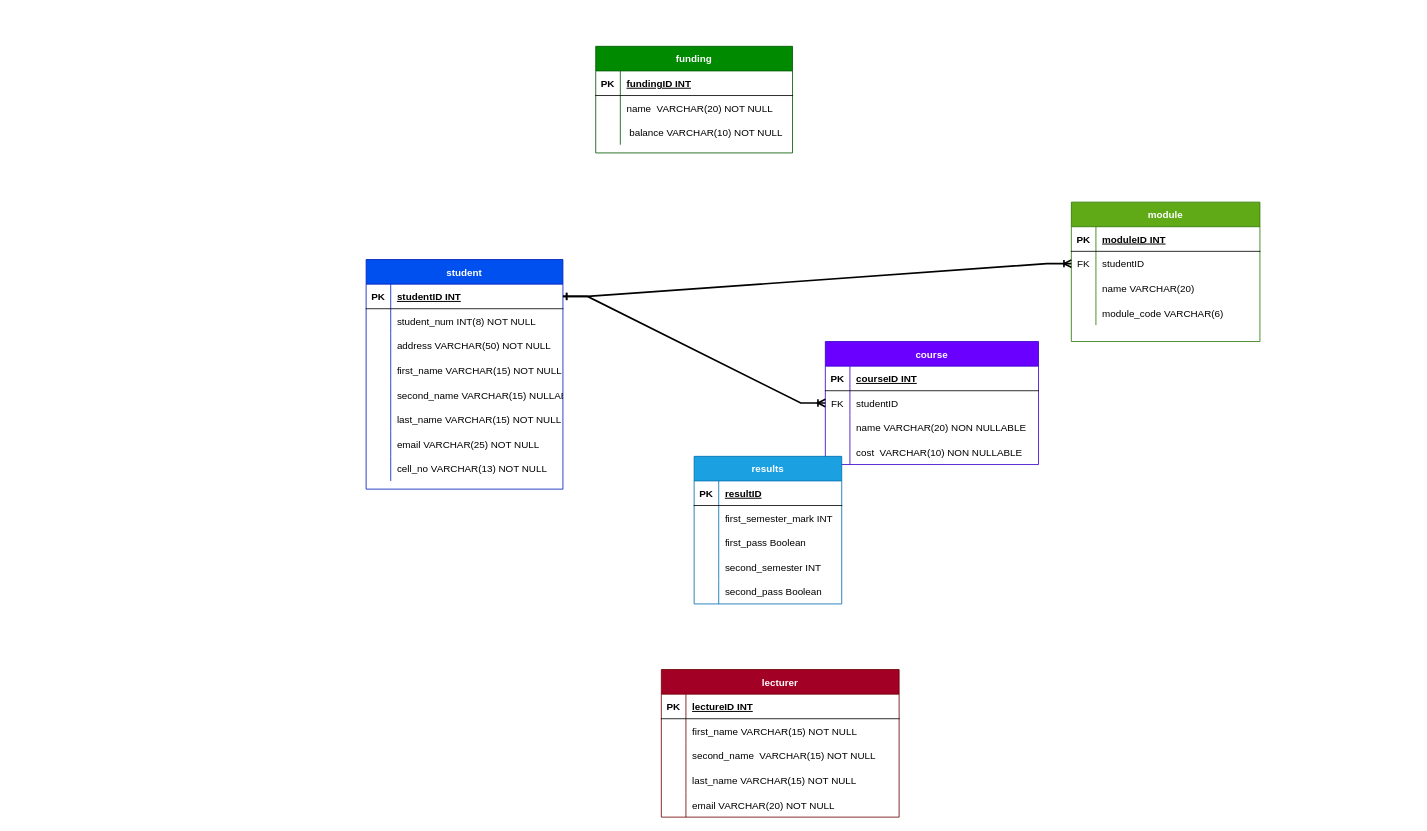
This is StudentPortalERD.drawio from Prince010924/SpringStudentPortal, a draw.io file, before an edit. Source tidied: cells renumbered, new cells numbered last; positions are measured from the earlier drawing's top-left corner, leaving out a move shared by most shapes. Both pictures are drawn from the tidied source at 82%, with x=0, y=0 at pixel (366, 46).
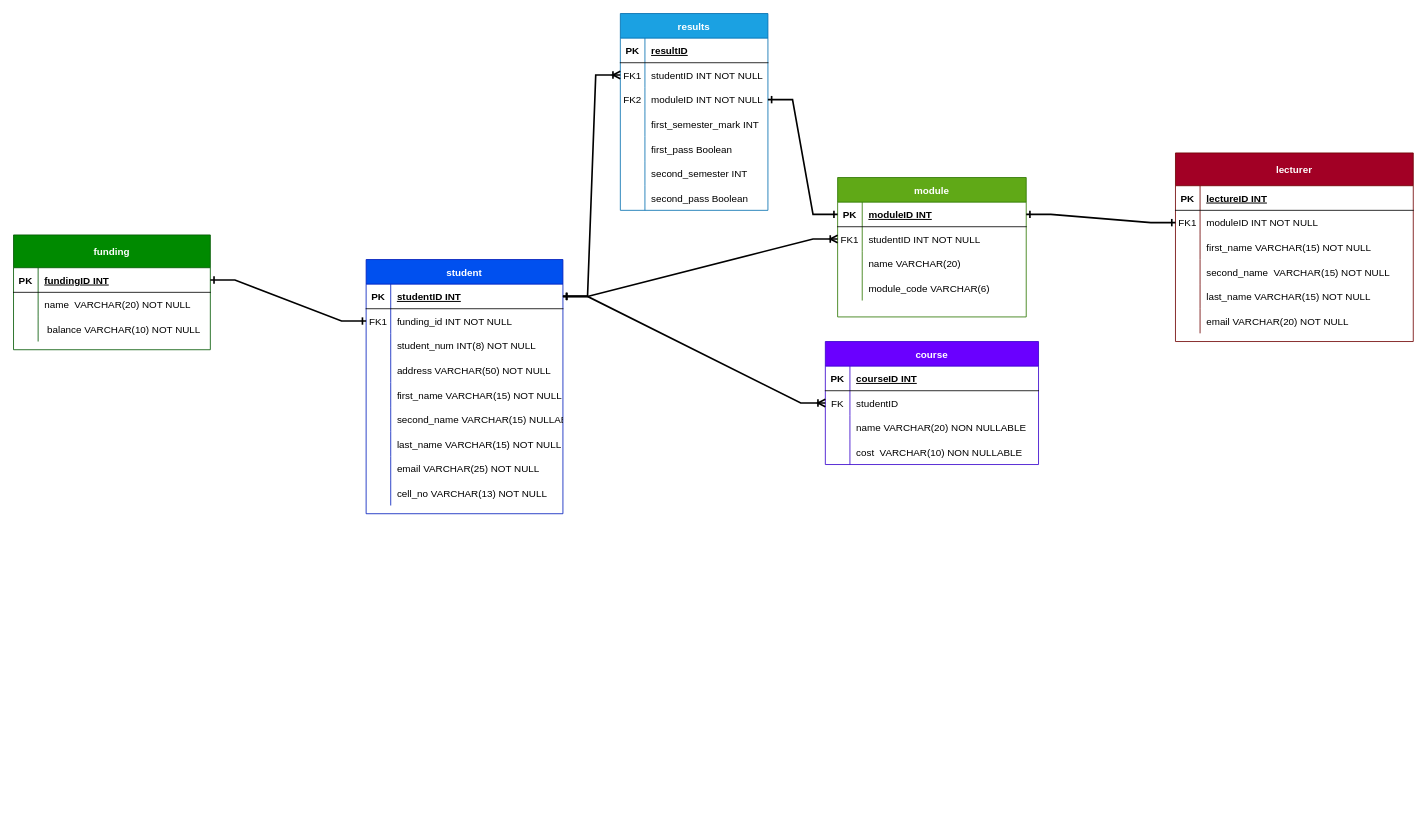
After the change.

The change refers to these unchanged cells:
```xml
<mxCell id="3" style="shape=tableRow;horizontal=0;startSize=0;swimlaneHead=0;swimlaneBody=0;fillColor=none;points=[[0,0.5],[1,0.5]];portConstraint=eastwest;top=0;left=0;right=0;bottom=1;" parent="2" vertex="1">
  <mxGeometry y="30" width="240" height="30" as="geometry" />
</mxCell>
<mxCell id="28" style="shape=tableRow;horizontal=0;startSize=0;swimlaneHead=0;swimlaneBody=0;fillColor=none;points=[[0,0.5],[1,0.5]];portConstraint=eastwest;top=0;left=0;right=0;bottom=1;" parent="27" vertex="1">
  <mxGeometry y="30" width="230" height="30" as="geometry" />
</mxCell>
<mxCell id="31" style="shape=tableRow;horizontal=0;startSize=0;swimlaneHead=0;swimlaneBody=0;fillColor=none;points=[[0,0.5],[1,0.5]];portConstraint=eastwest;top=0;left=0;right=0;bottom=0;" parent="27" vertex="1">
  <mxGeometry y="60" width="230" height="30" as="geometry" />
</mxCell>
```

What changed in the source:
```diff
@@
     <mxCell id="2" value="student" style="shape=table;startSize=30;childLayout=tableLayout;rowLines=0;fontStyle=1;align=center;fillColor=#0050ef;fontColor=#ffffff;strokeColor=#001DBC;" parent="1" vertex="1">
-      <mxGeometry y="260" width="240" height="280" as="geometry" />
+      <mxGeometry y="260" width="240" height="310" as="geometry" />
     </mxCell>
@@
+    <mxCell id="97" style="shape=tableRow;horizontal=0;startSize=0;swimlaneHead=0;swimlaneBody=0;fillColor=none;points=[[0,0.5],[1,0.5]];portConstraint=eastwest;top=0;left=0;right=0;bottom=0;" parent="2" vertex="1">
+      <mxGeometry y="60" width="240" height="30" as="geometry" />
+    </mxCell>
+    <mxCell id="98" value="FK1" style="shape=partialRectangle;fillColor=none;top=0;left=0;bottom=0;right=0;overflow=hidden;" parent="97" vertex="1">
+      <mxGeometry width="30" height="30" as="geometry" />
+    </mxCell>
+    <mxCell id="99" value="funding_id INT NOT NULL" style="shape=partialRectangle;fillColor=none;top=0;left=0;bottom=0;right=0;align=left;spacingLeft=6;overflow=hidden;" parent="97" vertex="1">
+      <mxGeometry x="30" width="210" height="30" as="geometry" />
+    </mxCell>
     <mxCell id="6" style="shape=tableRow;horizontal=0;startSize=0;swimlaneHead=0;swimlaneBody=0;fillColor=none;top=0;left=0;right=0;bottom=0;" parent="2" vertex="1">
-      <mxGeometry y="60" width="240" height="30" as="geometry" />
+      <mxGeometry y="90" width="240" height="30" as="geometry" />
     </mxCell>
@@
     <mxCell id="9" style="shape=tableRow;horizontal=0;startSize=0;swimlaneHead=0;swimlaneBody=0;fillColor=none;top=0;left=0;right=0;bottom=0;" parent="2" vertex="1">
-      <mxGeometry y="90" width="240" height="30" as="geometry" />
+      <mxGeometry y="120" width="240" height="30" as="geometry" />
     </mxCell>
@@
     <mxCell id="12" style="shape=tableRow;horizontal=0;startSize=0;swimlaneHead=0;swimlaneBody=0;fillColor=none;top=0;left=0;right=0;bottom=0;" parent="2" vertex="1">
-      <mxGeometry y="120" width="240" height="30" as="geometry" />
+      <mxGeometry y="150" width="240" height="30" as="geometry" />
     </mxCell>
@@
     <mxCell id="15" style="shape=tableRow;horizontal=0;startSize=0;swimlaneHead=0;swimlaneBody=0;fillColor=none;top=0;left=0;right=0;bottom=0;" parent="2" vertex="1">
-      <mxGeometry y="150" width="240" height="30" as="geometry" />
+      <mxGeometry y="180" width="240" height="30" as="geometry" />
     </mxCell>
@@
     <mxCell id="18" style="shape=tableRow;horizontal=0;startSize=0;swimlaneHead=0;swimlaneBody=0;fillColor=none;top=0;left=0;right=0;bottom=0;" parent="2" vertex="1">
-      <mxGeometry y="180" width="240" height="30" as="geometry" />
+      <mxGeometry y="210" width="240" height="30" as="geometry" />
     </mxCell>
@@
     <mxCell id="21" style="shape=tableRow;horizontal=0;startSize=0;swimlaneHead=0;swimlaneBody=0;fillColor=none;top=0;left=0;right=0;bottom=0;" parent="2" vertex="1">
-      <mxGeometry y="210" width="240" height="30" as="geometry" />
+      <mxGeometry y="240" width="240" height="30" as="geometry" />
     </mxCell>
@@
     <mxCell id="24" style="shape=tableRow;horizontal=0;startSize=0;swimlaneHead=0;swimlaneBody=0;fillColor=none;top=0;left=0;right=0;bottom=0;" parent="2" vertex="1">
-      <mxGeometry y="240" width="240" height="30" as="geometry" />
+      <mxGeometry y="270" width="240" height="30" as="geometry" />
     </mxCell>
@@
     <mxCell id="27" value="module" style="shape=table;startSize=30;childLayout=tableLayout;rowLines=0;fontStyle=1;align=center;fillColor=#60a917;fontColor=#ffffff;strokeColor=#2D7600;" parent="1" vertex="1">
-      <mxGeometry x="860" y="190" width="230" height="170" as="geometry" />
+      <mxGeometry x="575" y="160" width="230" height="170" as="geometry" />
     </mxCell>
@@
-    <mxCell id="32" value="FK" style="shape=partialRectangle;fillColor=none;top=0;left=0;bottom=0;right=0;overflow=hidden;" parent="31" vertex="1">
+    <mxCell id="32" value="FK1" style="shape=partialRectangle;fillColor=none;top=0;left=0;bottom=0;right=0;overflow=hidden;" parent="31" vertex="1">
       <mxGeometry width="30" height="30" as="geometry" />
     </mxCell>
-    <mxCell id="33" value="studentID" style="shape=partialRectangle;fillColor=none;top=0;left=0;bottom=0;right=0;align=left;spacingLeft=6;overflow=hidden;" parent="31" vertex="1">
+    <mxCell id="33" value="studentID INT NOT NULL" style="shape=partialRectangle;fillColor=none;top=0;left=0;bottom=0;right=0;align=left;spacingLeft=6;overflow=hidden;" parent="31" vertex="1">
       <mxGeometry x="30" width="200" height="30" as="geometry" />
     </mxCell>
@@
-    <mxCell id="40" value="funding" style="shape=table;startSize=30;childLayout=tableLayout;rowLines=0;fontStyle=1;align=center;fillColor=#008a00;fontColor=#ffffff;strokeColor=#005700;" parent="1" vertex="1">
-      <mxGeometry x="280" width="240" height="130" as="geometry" />
+    <mxCell id="40" value="funding" style="shape=table;startSize=40;childLayout=tableLayout;rowLines=0;fontStyle=1;align=center;fillColor=#008a00;fontColor=#ffffff;strokeColor=#005700;" parent="1" vertex="1">
+      <mxGeometry x="-430" y="230" width="240" height="140" as="geometry" />
     </mxCell>
     <mxCell id="41" style="shape=tableRow;horizontal=0;startSize=0;swimlaneHead=0;swimlaneBody=0;fillColor=none;points=[[0,0.5],[1,0.5]];portConstraint=eastwest;top=0;left=0;right=0;bottom=1;" parent="40" vertex="1">
-      <mxGeometry y="30" width="240" height="30" as="geometry" />
+      <mxGeometry y="40" width="240" height="30" as="geometry" />
     </mxCell>
@@
     <mxCell id="44" style="shape=tableRow;horizontal=0;startSize=0;swimlaneHead=0;swimlaneBody=0;fillColor=none;top=0;left=0;right=0;bottom=0;" parent="40" vertex="1">
-      <mxGeometry y="60" width="240" height="30" as="geometry" />
+      <mxGeometry y="70" width="240" height="30" as="geometry" />
     </mxCell>
@@
     <mxCell id="47" style="shape=tableRow;horizontal=0;startSize=0;swimlaneHead=0;swimlaneBody=0;fillColor=none;top=0;left=0;right=0;bottom=0;" parent="40" vertex="1">
-      <mxGeometry y="90" width="240" height="30" as="geometry" />
+      <mxGeometry y="100" width="240" height="30" as="geometry" />
     </mxCell>
@@
-    <mxCell id="63" value="lecturer" style="shape=table;startSize=30;childLayout=tableLayout;rowLines=0;fontStyle=1;align=center;fillColor=#a20025;fontColor=#ffffff;strokeColor=#6F0000;" parent="1" vertex="1">
-      <mxGeometry x="360" y="760" width="290" height="180" as="geometry" />
+    <mxCell id="63" value="lecturer" style="shape=table;startSize=40;childLayout=tableLayout;rowLines=0;fontStyle=1;align=center;fillColor=#a20025;fontColor=#ffffff;strokeColor=#6F0000;" parent="1" vertex="1">
+      <mxGeometry x="987" y="130" width="290" height="230" as="geometry" />
     </mxCell>
     <mxCell id="64" style="shape=tableRow;horizontal=0;startSize=0;swimlaneHead=0;swimlaneBody=0;fillColor=none;top=0;left=0;right=0;bottom=1;" parent="63" vertex="1">
-      <mxGeometry y="30" width="290" height="30" as="geometry" />
+      <mxGeometry y="40" width="290" height="30" as="geometry" />
     </mxCell>
@@
+    <mxCell id="100" style="shape=tableRow;horizontal=0;startSize=0;swimlaneHead=0;swimlaneBody=0;fillColor=none;points=[[0,0.5],[1,0.5]];portConstraint=eastwest;top=0;left=0;right=0;bottom=0;" parent="63" vertex="1">
+      <mxGeometry y="70" width="290" height="30" as="geometry" />
+    </mxCell>
+    <mxCell id="101" value="FK1" style="shape=partialRectangle;fillColor=none;top=0;left=0;bottom=0;right=0;overflow=hidden;" parent="100" vertex="1">
+      <mxGeometry width="30" height="30" as="geometry" />
+    </mxCell>
+    <mxCell id="102" value="moduleID INT NOT NULL" style="shape=partialRectangle;fillColor=none;top=0;left=0;bottom=0;right=0;align=left;spacingLeft=6;overflow=hidden;" parent="100" vertex="1">
+      <mxGeometry x="30" width="260" height="30" as="geometry" />
+    </mxCell>
     <mxCell id="67" style="shape=tableRow;horizontal=0;startSize=0;swimlaneHead=0;swimlaneBody=0;fillColor=none;top=0;left=0;right=0;bottom=0;" parent="63" vertex="1">
-      <mxGeometry y="60" width="290" height="30" as="geometry" />
+      <mxGeometry y="100" width="290" height="30" as="geometry" />
     </mxCell>
@@
     <mxCell id="70" style="shape=tableRow;horizontal=0;startSize=0;swimlaneHead=0;swimlaneBody=0;fillColor=none;top=0;left=0;right=0;bottom=0;" parent="63" vertex="1">
-      <mxGeometry y="90" width="290" height="30" as="geometry" />
+      <mxGeometry y="130" width="290" height="30" as="geometry" />
     </mxCell>
@@
     <mxCell id="73" style="shape=tableRow;horizontal=0;startSize=0;swimlaneHead=0;swimlaneBody=0;fillColor=none;top=0;left=0;right=0;bottom=0;" parent="63" vertex="1">
-      <mxGeometry y="120" width="290" height="30" as="geometry" />
+      <mxGeometry y="160" width="290" height="30" as="geometry" />
     </mxCell>
@@
     <mxCell id="76" style="shape=tableRow;horizontal=0;startSize=0;swimlaneHead=0;swimlaneBody=0;fillColor=none;top=0;left=0;right=0;bottom=0;" parent="63" vertex="1">
-      <mxGeometry y="150" width="290" height="30" as="geometry" />
+      <mxGeometry y="190" width="290" height="30" as="geometry" />
     </mxCell>
@@
     <mxCell id="79" value="results" style="shape=table;startSize=30;childLayout=tableLayout;rowLines=0;fontStyle=1;align=center;fillColor=#1ba1e2;fontColor=#ffffff;strokeColor=#006EAF;" parent="1" vertex="1">
-      <mxGeometry x="400" y="500" width="180" height="180" as="geometry" />
+      <mxGeometry x="310" y="-40" width="180" height="240" as="geometry" />
     </mxCell>
@@
+    <mxCell id="103" style="shape=tableRow;horizontal=0;startSize=0;swimlaneHead=0;swimlaneBody=0;fillColor=none;points=[[0,0.5],[1,0.5]];portConstraint=eastwest;top=0;left=0;right=0;bottom=0;" parent="79" vertex="1">
+      <mxGeometry y="60" width="180" height="30" as="geometry" />
+    </mxCell>
+    <mxCell id="104" value="FK1" style="shape=partialRectangle;fillColor=none;top=0;left=0;bottom=0;right=0;overflow=hidden;" parent="103" vertex="1">
+      <mxGeometry width="30" height="30" as="geometry" />
+    </mxCell>
+    <mxCell id="105" value="studentID INT NOT NULL" style="shape=partialRectangle;fillColor=none;top=0;left=0;bottom=0;right=0;align=left;spacingLeft=6;overflow=hidden;" parent="103" vertex="1">
+      <mxGeometry x="30" width="150" height="30" as="geometry" />
+    </mxCell>
+    <mxCell id="106" style="shape=tableRow;horizontal=0;startSize=0;swimlaneHead=0;swimlaneBody=0;fillColor=none;points=[[0,0.5],[1,0.5]];portConstraint=eastwest;top=0;left=0;right=0;bottom=0;" parent="79" vertex="1">
+      <mxGeometry y="90" width="180" height="30" as="geometry" />
+    </mxCell>
+    <mxCell id="107" value="FK2" style="shape=partialRectangle;fillColor=none;top=0;left=0;bottom=0;right=0;overflow=hidden;" parent="106" vertex="1">
+      <mxGeometry width="30" height="30" as="geometry" />
+    </mxCell>
+    <mxCell id="108" value="moduleID INT NOT NULL" style="shape=partialRectangle;fillColor=none;top=0;left=0;bottom=0;right=0;align=left;spacingLeft=6;overflow=hidden;" parent="106" vertex="1">
+      <mxGeometry x="30" width="150" height="30" as="geometry" />
+    </mxCell>
     <mxCell id="83" style="shape=tableRow;horizontal=0;startSize=0;swimlaneHead=0;swimlaneBody=0;fillColor=none;top=0;left=0;right=0;bottom=0;" parent="79" vertex="1">
-      <mxGeometry y="60" width="180" height="30" as="geometry" />
+      <mxGeometry y="120" width="180" height="30" as="geometry" />
     </mxCell>
@@
     <mxCell id="86" style="shape=tableRow;horizontal=0;startSize=0;swimlaneHead=0;swimlaneBody=0;fillColor=none;top=0;left=0;right=0;bottom=0;" parent="79" vertex="1">
-      <mxGeometry y="90" width="180" height="30" as="geometry" />
+      <mxGeometry y="150" width="180" height="30" as="geometry" />
     </mxCell>
@@
     <mxCell id="89" style="shape=tableRow;horizontal=0;startSize=0;swimlaneHead=0;swimlaneBody=0;fillColor=none;top=0;left=0;right=0;bottom=0;" parent="79" vertex="1">
-      <mxGeometry y="120" width="180" height="30" as="geometry" />
+      <mxGeometry y="180" width="180" height="30" as="geometry" />
     </mxCell>
@@
     <mxCell id="92" style="shape=tableRow;horizontal=0;startSize=0;swimlaneHead=0;swimlaneBody=0;fillColor=none;top=0;left=0;right=0;bottom=0;" parent="79" vertex="1">
-      <mxGeometry y="150" width="180" height="30" as="geometry" />
+      <mxGeometry y="210" width="180" height="30" as="geometry" />
     </mxCell>
@@
+    <mxCell id="109" style="edgeStyle=entityRelationEdgeStyle;fontSize=12;html=1;endArrow=ERone;startArrow=ERone;rounded=0;exitX=1;exitY=0.5;exitDx=0;exitDy=0;entryX=0;entryY=0.5;entryDx=0;entryDy=0;startFill=0;endFill=0;strokeWidth=2;" parent="1" edge="1" source="41" target="97">
+      <mxGeometry relative="1" as="geometry" />
+    </mxCell>
+    <mxCell id="110" style="edgeStyle=entityRelationEdgeStyle;fontSize=12;html=1;endArrow=ERoneToMany;rounded=0;strokeWidth=2;exitX=1;exitY=0.5;exitDx=0;exitDy=0;entryX=0;entryY=0.5;entryDx=0;entryDy=0;startArrow=ERone;startFill=0;" parent="1" edge="1" source="3" target="103">
+      <mxGeometry relative="1" as="geometry" />
+    </mxCell>
+    <mxCell id="111" style="edgeStyle=entityRelationEdgeStyle;fontSize=12;html=1;endArrow=ERone;startArrow=ERone;rounded=0;strokeWidth=2;exitX=1;exitY=0.5;exitDx=0;exitDy=0;entryX=0;entryY=0.5;entryDx=0;entryDy=0;startFill=0;endFill=0;" parent="1" edge="1" source="106" target="28">
+      <mxGeometry relative="1" as="geometry" />
+    </mxCell>
+    <mxCell id="112" style="edgeStyle=entityRelationEdgeStyle;fontSize=12;html=1;endArrow=ERone;endFill=1;rounded=0;strokeWidth=2;entryX=0;entryY=0.5;entryDx=0;entryDy=0;exitX=1;exitY=0.5;exitDx=0;exitDy=0;startArrow=ERone;startFill=0;" parent="1" edge="1" source="28" target="100">
+      <mxGeometry relative="1" as="geometry" />
+    </mxCell>
```
